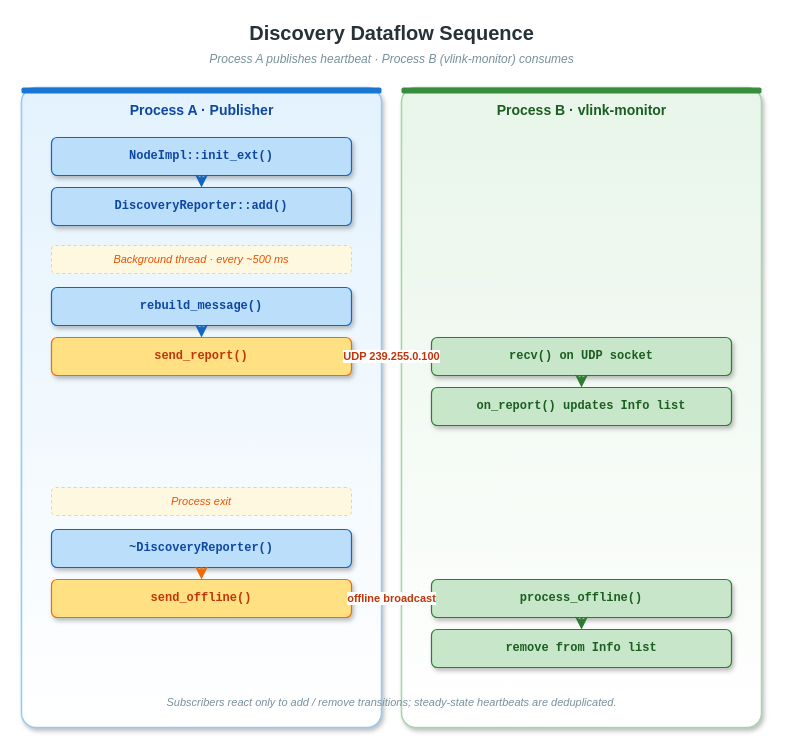
This is doc/images/discovery-dataflow-sequence.drawio from PinkMan-03/vlink, a draw.io file, before an edit. Source tidied: cells renumbered, new cells numbered last; positions are measured from the earlier drawing's top-left corner, leaving out a move shared by most shapes. Both pictures are drawn from the tidied source at 100%, with x=0, y=0 at pixel (21, 17).
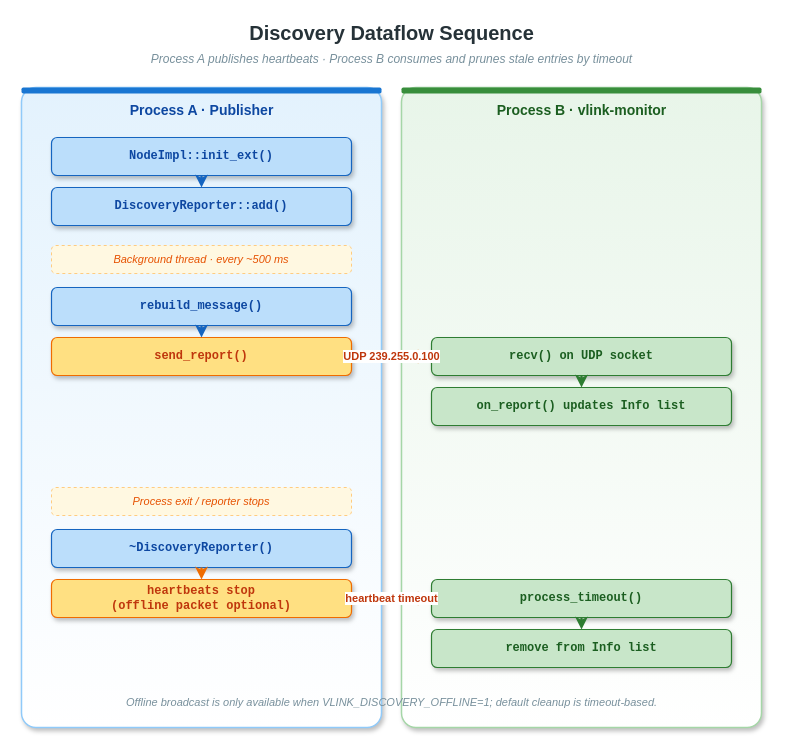
After the change.

Diff of the diagram source:
```diff
@@
-    <mxCell id="3" value="Process A publishes heartbeat  ·  Process B (vlink-monitor) consumes" style="text;html=1;align=center;verticalAlign=middle;strokeColor=none;fillColor=none;fontSize=12;fontStyle=2;fontColor=#78909c;" parent="1" vertex="1">
+    <mxCell id="3" value="Process A publishes heartbeats  ·  Process B consumes and prunes stale entries by timeout" style="text;html=1;align=center;verticalAlign=middle;strokeColor=none;fillColor=none;fontSize=12;fontStyle=2;fontColor=#78909c;" parent="1" vertex="1">
       <mxGeometry y="32" width="740" height="20" as="geometry" />
     </mxCell>
@@
-    <mxCell id="17" value="Process exit" style="rounded=1;whiteSpace=wrap;html=1;fillColor=#fff8e1;strokeColor=#ffcc80;strokeWidth=1;fontSize=11;fontStyle=2;fontColor=#e65100;dashed=1;" parent="1" vertex="1">
+    <mxCell id="17" value="Process exit / reporter stops" style="rounded=1;whiteSpace=wrap;html=1;fillColor=#fff8e1;strokeColor=#ffcc80;strokeWidth=1;fontSize=11;fontStyle=2;fontColor=#e65100;dashed=1;" parent="1" vertex="1">
       <mxGeometry x="30" y="470" width="300" height="28" as="geometry" />
     </mxCell>
@@
-    <mxCell id="19" value="send_offline()" style="rounded=1;whiteSpace=wrap;html=1;fillColor=#ffe082;strokeColor=#ef6c00;strokeWidth=1.2;fontSize=12;fontFamily=Courier New;fontStyle=1;fontColor=#bf360c;shadow=1;" parent="1" vertex="1">
+    <mxCell id="19" value="heartbeats stop&#10;(offline packet optional)" style="rounded=1;whiteSpace=wrap;html=1;fillColor=#ffe082;strokeColor=#ef6c00;strokeWidth=1.2;fontSize=12;fontFamily=Courier New;fontStyle=1;fontColor=#bf360c;shadow=1;" parent="1" vertex="1">
       <mxGeometry x="30" y="562" width="300" height="38" as="geometry" />
     </mxCell>
@@
-    <mxCell id="24" value="process_offline()" style="rounded=1;whiteSpace=wrap;html=1;fillColor=#c8e6c9;strokeColor=#2e7d32;strokeWidth=1.2;fontSize=12;fontFamily=Courier New;fontStyle=1;fontColor=#1b5e20;shadow=1;" parent="1" vertex="1">
+    <mxCell id="24" value="process_timeout()" style="rounded=1;whiteSpace=wrap;html=1;fillColor=#c8e6c9;strokeColor=#2e7d32;strokeWidth=1.2;fontSize=12;fontFamily=Courier New;fontStyle=1;fontColor=#1b5e20;shadow=1;" parent="1" vertex="1">
       <mxGeometry x="410" y="562" width="300" height="38" as="geometry" />
     </mxCell>
@@
-    <mxCell id="28" value="offline broadcast" style="endArrow=classic;endFill=1;html=1;strokeWidth=2.4;strokeColor=#ef6c00;fontSize=11;fontStyle=1;fontColor=#bf360c;labelBackgroundColor=#ffffff;" parent="1" edge="1" source="19" target="24">
+    <mxCell id="28" value="heartbeat timeout" style="endArrow=classic;endFill=1;html=1;strokeWidth=2.4;strokeColor=#ef6c00;fontSize=11;fontStyle=1;fontColor=#bf360c;labelBackgroundColor=#ffffff;" parent="1" edge="1" source="19" target="24">
       <mxGeometry relative="1" as="geometry" />
     </mxCell>
-    <mxCell id="29" value="Subscribers react only to add / remove transitions; steady-state heartbeats are deduplicated." style="text;html=1;align=center;verticalAlign=middle;strokeColor=none;fillColor=none;fontSize=11;fontStyle=2;fontColor=#78909c;" parent="1" vertex="1">
+    <mxCell id="29" value="Offline broadcast is only available when VLINK_DISCOVERY_OFFLINE=1; default cleanup is timeout-based." style="text;html=1;align=center;verticalAlign=middle;strokeColor=none;fillColor=none;fontSize=11;fontStyle=2;fontColor=#78909c;" parent="1" vertex="1">
       <mxGeometry y="674" width="740" height="22" as="geometry" />
     </mxCell>
```
